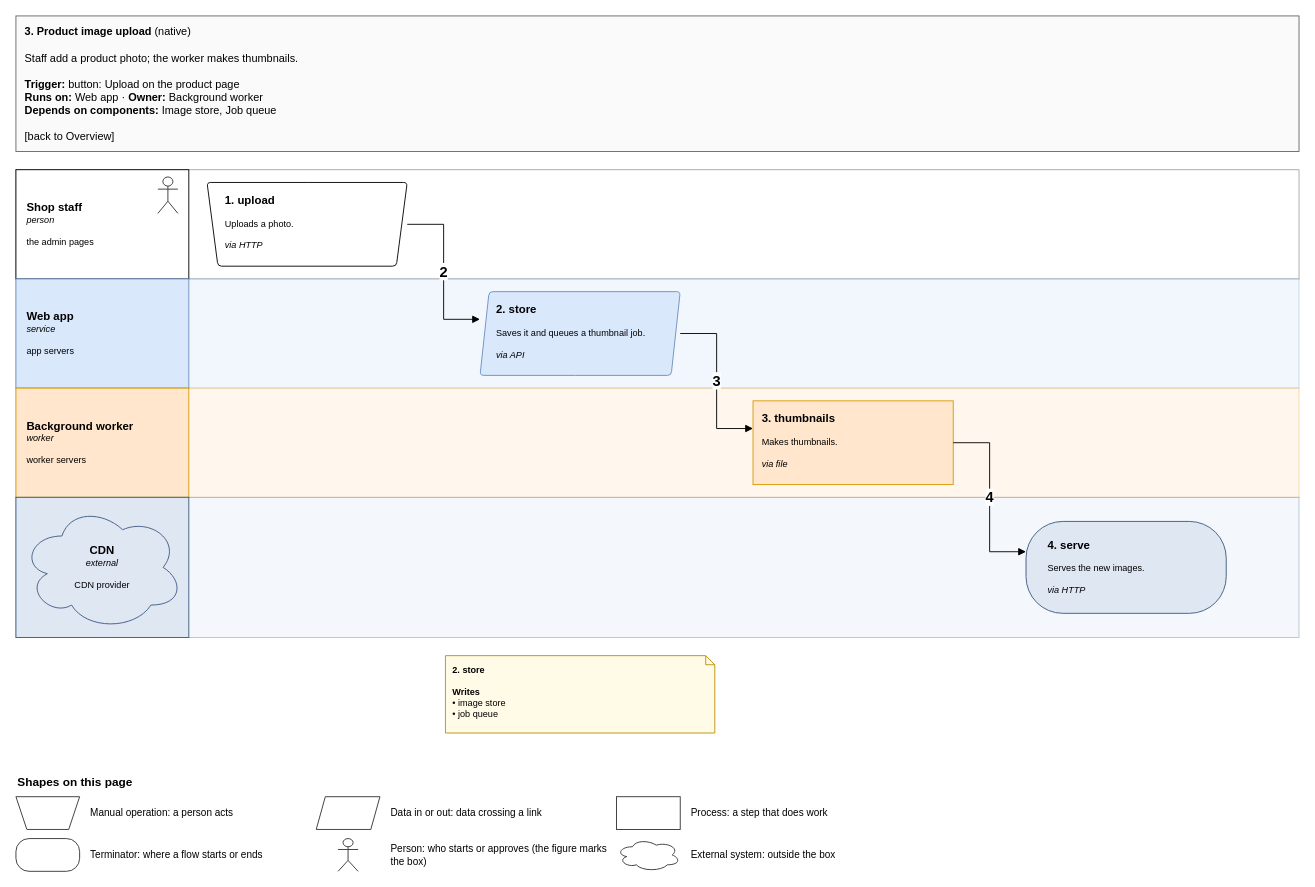
Above: page "3. Product image upload" (5 of 7) of specialists/platform/skill-drawio/examples/shop/drawio/flows.drawio in amalikn/skills_stuff (draw.io), before the change. Source tidied: cells renumbered, new cells numbered last; positions are measured from the earlier drawing's top-left corner, leaving out a move shared by most shapes. Both pictures are drawn from the tidied source at 91%, with x=0, y=0 at pixel (15, 15).
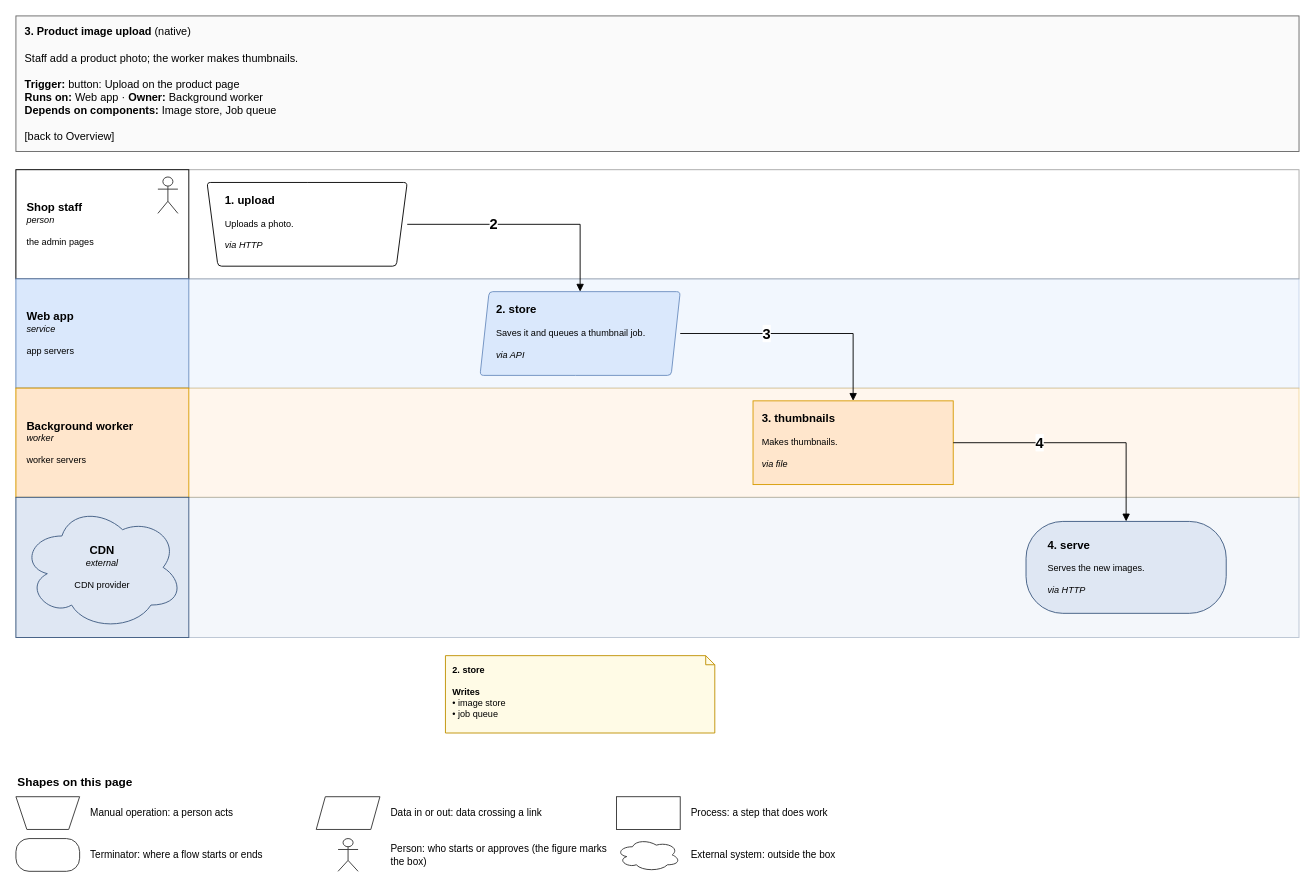
The same diagram, later.

The change refers to these unchanged cells:
```xml
<mxCell id="13" value="&lt;span style=&quot;font-size:125%&quot;&gt;&lt;b&gt;1. upload&lt;/b&gt;&lt;/span&gt;&lt;br&gt; &lt;br&gt;Uploads a photo.&lt;br&gt; &lt;br&gt;&lt;i&gt;via HTTP&lt;/i&gt;" style="rounded=1;whiteSpace=wrap;html=1;fillColor=#ffffff;strokeColor=#000000;fontSize=11;arcSize=8;fontSize=10;align=left;verticalAlign=top;spacingLeft=8;spacingRight=6;spacingTop=6;shape=trapezoid;perimeter=trapezoidPerimeter;flipV=1;fixedSize=1;size=12;spacingLeft=18;spacingRight=18;" parent="1" vertex="1">
  <mxGeometry x="210" y="183" width="220" height="92" as="geometry" />
</mxCell>
<mxCell id="14" value="&lt;span style=&quot;font-size:125%&quot;&gt;&lt;b&gt;2. store&lt;/b&gt;&lt;/span&gt;&lt;br&gt; &lt;br&gt;Saves it and queues a thumbnail job.&lt;br&gt; &lt;br&gt;&lt;i&gt;via API&lt;/i&gt;" style="rounded=1;whiteSpace=wrap;html=1;fillColor=#dae8fc;strokeColor=#6c8ebf;fontSize=11;arcSize=8;fontSize=10;align=left;verticalAlign=top;spacingLeft=8;spacingRight=6;spacingTop=6;shape=parallelogram;perimeter=parallelogramPerimeter;fixedSize=1;size=10;spacingLeft=16;spacingRight=16;" parent="1" vertex="1">
  <mxGeometry x="510" y="303" width="220" height="92" as="geometry" />
</mxCell>
<mxCell id="16" value="&lt;span style=&quot;font-size:125%&quot;&gt;&lt;b&gt;3. thumbnails&lt;/b&gt;&lt;/span&gt;&lt;br&gt; &lt;br&gt;Makes thumbnails.&lt;br&gt; &lt;br&gt;&lt;i&gt;via file&lt;/i&gt;" style="rounded=1;whiteSpace=wrap;html=1;fillColor=#ffe6cc;strokeColor=#d79b00;fontSize=11;arcSize=8;fontSize=10;align=left;verticalAlign=top;spacingLeft=8;spacingRight=6;spacingTop=6;rounded=0;" parent="1" vertex="1">
  <mxGeometry x="810" y="423" width="220" height="92" as="geometry" />
</mxCell>
<mxCell id="17" value="&lt;span style=&quot;font-size:125%&quot;&gt;&lt;b&gt;4. serve&lt;/b&gt;&lt;/span&gt;&lt;br&gt; &lt;br&gt;Serves the new images.&lt;br&gt; &lt;br&gt;&lt;i&gt;via HTTP&lt;/i&gt;" style="rounded=1;whiteSpace=wrap;html=1;fillColor=#dfe7f3;strokeColor=#3d5a80;fontSize=11;arcSize=8;fontSize=10;align=left;verticalAlign=top;spacingLeft=8;spacingRight=6;spacingTop=6;rounded=1;arcSize=40;spacingLeft=22;spacingRight=18;spacingTop=12;" parent="1" vertex="1">
  <mxGeometry x="1110" y="555.5" width="220" height="101" as="geometry" />
</mxCell>
```

Change to the diagram source:
```diff
@@
-    <mxCell id="31" style="edgeStyle=none;rounded=0;html=1;endArrow=block;endFill=1;strokeColor=#000000;jumpStyle=arc;jumpSize=6;exitX=1;exitY=0.5;entryX=0;entryY=0.3304;exitPerimeter=0;entryPerimeter=0;" parent="1" edge="1" source="13" target="14">
+    <mxCell id="31" style="edgeStyle=none;rounded=0;html=1;endArrow=block;endFill=1;jumpStyle=arc;jumpSize=6;strokeColor=#000000;exitX=1;exitY=0.5;entryX=0.5;entryY=0;exitPerimeter=0;entryPerimeter=0;" parent="1" edge="1" source="13" target="14">
       <mxGeometry relative="1" as="geometry">
         <Array as="points">
-          <mxPoint x="470" y="229" />
-          <mxPoint x="470" y="333.4" />
+          <mxPoint x="620" y="229" />
         </Array>
       </mxGeometry>
     </mxCell>
-    <mxCell id="32" value="&lt;b&gt;2&lt;/b&gt;" style="text;html=1;align=center;verticalAlign=middle;fontSize=16;fontStyle=1;labelBackgroundColor=#ffffff;" parent="1" vertex="1">
-      <mxGeometry x="456.5" y="270.2" width="27" height="22" as="geometry" />
+    <mxCell id="32" value="&lt;b&gt;2&lt;/b&gt;" style="text;html=1;align=center;verticalAlign=middle;fontSize=16;fontStyle=1;labelBackgroundColor=#ffffff;fontColor=#000000;" parent="1" vertex="1">
+      <mxGeometry x="511.5" y="218" width="27" height="22" as="geometry" />
     </mxCell>
-    <mxCell id="33" style="edgeStyle=none;rounded=0;html=1;endArrow=block;endFill=1;strokeColor=#000000;jumpStyle=arc;jumpSize=6;exitX=1;exitY=0.5;entryX=0;entryY=0.3304;exitPerimeter=0;entryPerimeter=0;" parent="1" edge="1" source="14" target="16">
+    <mxCell id="33" style="edgeStyle=none;rounded=0;html=1;endArrow=block;endFill=1;jumpStyle=arc;jumpSize=6;strokeColor=#000000;exitX=1;exitY=0.5;entryX=0.5;entryY=0;exitPerimeter=0;entryPerimeter=0;" parent="1" edge="1" source="14" target="16">
       <mxGeometry relative="1" as="geometry">
         <Array as="points">
-          <mxPoint x="770" y="349" />
-          <mxPoint x="770" y="453.4" />
+          <mxPoint x="920" y="349" />
         </Array>
       </mxGeometry>
     </mxCell>
-    <mxCell id="34" value="&lt;b&gt;3&lt;/b&gt;" style="text;html=1;align=center;verticalAlign=middle;fontSize=16;fontStyle=1;labelBackgroundColor=#ffffff;" parent="1" vertex="1">
-      <mxGeometry x="756.5" y="390.2" width="27" height="22" as="geometry" />
+    <mxCell id="34" value="&lt;b&gt;3&lt;/b&gt;" style="text;html=1;align=center;verticalAlign=middle;fontSize=16;fontStyle=1;labelBackgroundColor=#ffffff;fontColor=#000000;" parent="1" vertex="1">
+      <mxGeometry x="811.5" y="338" width="27" height="22" as="geometry" />
     </mxCell>
-    <mxCell id="35" style="edgeStyle=none;rounded=0;html=1;endArrow=block;endFill=1;strokeColor=#000000;jumpStyle=arc;jumpSize=6;exitX=1;exitY=0.5;entryX=0;entryY=0.3297;exitPerimeter=0;entryPerimeter=0;" parent="1" edge="1" source="16" target="17">
+    <mxCell id="35" style="edgeStyle=none;rounded=0;html=1;endArrow=block;endFill=1;jumpStyle=arc;jumpSize=6;strokeColor=#000000;exitX=1;exitY=0.5;entryX=0.5;entryY=0;exitPerimeter=0;entryPerimeter=0;" parent="1" edge="1" source="16" target="17">
       <mxGeometry relative="1" as="geometry">
         <Array as="points">
-          <mxPoint x="1070" y="469" />
-          <mxPoint x="1070" y="588.8" />
+          <mxPoint x="1220" y="469" />
         </Array>
       </mxGeometry>
     </mxCell>
-    <mxCell id="36" value="&lt;b&gt;4&lt;/b&gt;" style="text;html=1;align=center;verticalAlign=middle;fontSize=16;fontStyle=1;labelBackgroundColor=#ffffff;" parent="1" vertex="1">
-      <mxGeometry x="1056.5" y="517.9" width="27" height="22" as="geometry" />
+    <mxCell id="36" value="&lt;b&gt;4&lt;/b&gt;" style="text;html=1;align=center;verticalAlign=middle;fontSize=16;fontStyle=1;labelBackgroundColor=#ffffff;fontColor=#000000;" parent="1" vertex="1">
+      <mxGeometry x="1111.5" y="458" width="27" height="22" as="geometry" />
     </mxCell>
```
